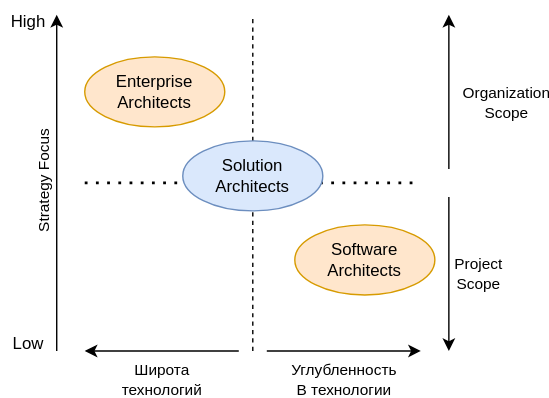
Earlier version of the draw.io export 1. Tech Skills/0. Архитектура/0. Solution Architecture/schemas/arch_lanscape.svg (aleksei-khitev/knowledge_base). Source tidied: cells renumbered, new cells last; positions are measured from the earlier drawing's top-left corner, leaving out a move shared by most shapes. The source it was exported from:
```xml
<mxGraphModel>
  <root>
    <mxCell id="0" />
    <mxCell id="1" parent="0" />
    <mxCell id="2" style="endArrow=none;dashed=1;html=1;rounded=0;" parent="1" edge="1">
      <mxGeometry relative="1" as="geometry">
        <mxPoint x="180" y="250" as="sourcePoint" />
        <mxPoint x="180" y="10" as="targetPoint" />
      </mxGeometry>
    </mxCell>
    <mxCell id="3" style="endArrow=none;dashed=1;html=1;dashPattern=1 3;strokeWidth=2;rounded=0;" parent="1" edge="1">
      <mxGeometry relative="1" as="geometry">
        <mxPoint x="60" y="130" as="sourcePoint" />
        <mxPoint x="300" y="130" as="targetPoint" />
      </mxGeometry>
    </mxCell>
    <mxCell id="4" value="Solution&lt;br&gt;Architects" style="ellipse;whiteSpace=wrap;html=1;fillColor=#dae8fc;strokeColor=#6c8ebf;" parent="1" vertex="1">
      <mxGeometry x="130" y="100" width="100" height="50" as="geometry" />
    </mxCell>
    <mxCell id="5" value="Enterprise&lt;br&gt;Architects" style="ellipse;whiteSpace=wrap;html=1;fillColor=#ffe6cc;strokeColor=#d79b00;" parent="1" vertex="1">
      <mxGeometry x="60" y="40" width="100" height="50" as="geometry" />
    </mxCell>
    <mxCell id="6" value="Software&lt;br&gt;Architects" style="ellipse;whiteSpace=wrap;html=1;fillColor=#ffe6cc;strokeColor=#d79b00;" parent="1" vertex="1">
      <mxGeometry x="210" y="160" width="100" height="50" as="geometry" />
    </mxCell>
    <mxCell id="7" style="endArrow=classic;html=1;rounded=0;" parent="1" edge="1">
      <mxGeometry relative="1" as="geometry">
        <mxPoint x="40" y="250" as="sourcePoint" />
        <mxPoint x="40" y="10" as="targetPoint" />
      </mxGeometry>
    </mxCell>
    <mxCell id="8" value="Strategy Focus" style="edgeLabel;html=1;align=center;verticalAlign=middle;horizontal=0;" parent="7" vertex="1">
      <mxGeometry x="-0.12" y="4" relative="1" as="geometry">
        <mxPoint x="-6" y="-14" as="offset" />
      </mxGeometry>
    </mxCell>
    <mxCell id="9" value="Low" style="text;html=1;strokeColor=none;fillColor=none;align=center;verticalAlign=middle;whiteSpace=wrap;rounded=0;" parent="1" vertex="1">
      <mxGeometry y="230" width="40" height="30" as="geometry" />
    </mxCell>
    <mxCell id="10" value="High" style="text;html=1;strokeColor=none;fillColor=none;align=center;verticalAlign=middle;whiteSpace=wrap;rounded=0;" parent="1" vertex="1">
      <mxGeometry width="40" height="30" as="geometry" />
    </mxCell>
    <mxCell id="11" style="endArrow=classic;html=1;rounded=0;" parent="1" edge="1">
      <mxGeometry relative="1" as="geometry">
        <mxPoint x="190" y="250" as="sourcePoint" />
        <mxPoint x="300" y="250" as="targetPoint" />
      </mxGeometry>
    </mxCell>
    <mxCell id="12" value="Углубленность&lt;br&gt;В технологии" style="edgeLabel;html=1;align=center;verticalAlign=middle;" parent="11" vertex="1">
      <mxGeometry x="0.17" y="1" relative="1" as="geometry">
        <mxPoint x="-10" y="21" as="offset" />
      </mxGeometry>
    </mxCell>
    <mxCell id="13" style="endArrow=classic;html=1;rounded=0;" parent="1" edge="1">
      <mxGeometry relative="1" as="geometry">
        <mxPoint x="170" y="250" as="sourcePoint" />
        <mxPoint x="60" y="250" as="targetPoint" />
      </mxGeometry>
    </mxCell>
    <mxCell id="14" value="Широта&lt;br&gt;технологий" style="edgeLabel;html=1;align=center;verticalAlign=middle;" parent="13" vertex="1">
      <mxGeometry x="0.02" y="-2" relative="1" as="geometry">
        <mxPoint y="22" as="offset" />
      </mxGeometry>
    </mxCell>
    <mxCell id="15" style="endArrow=classic;html=1;rounded=0;" parent="1" edge="1">
      <mxGeometry relative="1" as="geometry">
        <mxPoint x="320" y="140" as="sourcePoint" />
        <mxPoint x="320" y="250" as="targetPoint" />
      </mxGeometry>
    </mxCell>
    <mxCell id="16" value="Project&lt;br&gt;Scope" style="edgeLabel;html=1;align=center;verticalAlign=middle;" parent="15" vertex="1">
      <mxGeometry x="0.24" relative="1" as="geometry">
        <mxPoint x="20" y="-14" as="offset" />
      </mxGeometry>
    </mxCell>
    <mxCell id="17" style="endArrow=classic;html=1;rounded=0;" parent="1" edge="1">
      <mxGeometry relative="1" as="geometry">
        <mxPoint x="320" y="120" as="sourcePoint" />
        <mxPoint x="320" y="10" as="targetPoint" />
      </mxGeometry>
    </mxCell>
    <mxCell id="18" value="Organization&lt;br&gt;Scope" style="edgeLabel;html=1;align=center;verticalAlign=middle;" parent="17" vertex="1">
      <mxGeometry x="-0.13" relative="1" as="geometry">
        <mxPoint x="40" as="offset" />
      </mxGeometry>
    </mxCell>
  </root>
</mxGraphModel>
```
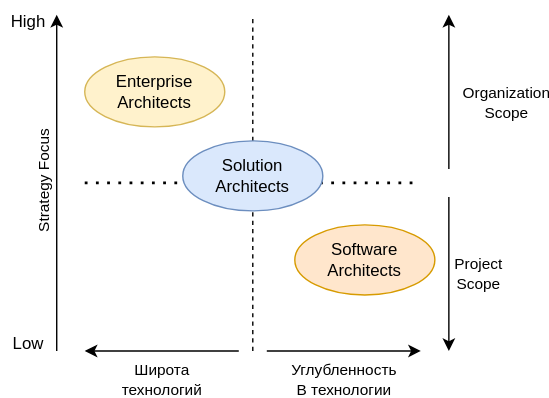
Later version of the same file.

Commit message:
llm, arch

What changed in the source:
```diff
@@ -2,84 +2,84 @@
   <root>
     <mxCell id="0" />
     <mxCell id="1" parent="0" />
-    <mxCell id="2" style="endArrow=none;dashed=1;html=1;rounded=0;" parent="1" edge="1">
+    <mxCell id="2" style="endArrow=none;dashed=1;html=1;rounded=0;labelBackgroundColor=none;fontColor=default;" parent="1" edge="1">
       <mxGeometry relative="1" as="geometry">
         <mxPoint x="180" y="250" as="sourcePoint" />
         <mxPoint x="180" y="10" as="targetPoint" />
       </mxGeometry>
     </mxCell>
-    <mxCell id="3" style="endArrow=none;dashed=1;html=1;dashPattern=1 3;strokeWidth=2;rounded=0;" parent="1" edge="1">
+    <mxCell id="3" style="endArrow=none;dashed=1;html=1;dashPattern=1 3;strokeWidth=2;rounded=0;labelBackgroundColor=none;fontColor=default;" parent="1" edge="1">
       <mxGeometry relative="1" as="geometry">
         <mxPoint x="60" y="130" as="sourcePoint" />
         <mxPoint x="300" y="130" as="targetPoint" />
       </mxGeometry>
     </mxCell>
-    <mxCell id="4" value="Solution&lt;br&gt;Architects" style="ellipse;whiteSpace=wrap;html=1;fillColor=#dae8fc;strokeColor=#6c8ebf;" parent="1" vertex="1">
+    <mxCell id="4" value="Solution&lt;br&gt;Architects" style="ellipse;whiteSpace=wrap;html=1;labelBackgroundColor=none;fillColor=#dae8fc;strokeColor=#6c8ebf;" parent="1" vertex="1">
       <mxGeometry x="130" y="100" width="100" height="50" as="geometry" />
     </mxCell>
-    <mxCell id="5" value="Enterprise&lt;br&gt;Architects" style="ellipse;whiteSpace=wrap;html=1;fillColor=#ffe6cc;strokeColor=#d79b00;" parent="1" vertex="1">
+    <mxCell id="5" value="Enterprise&lt;br&gt;Architects" style="ellipse;whiteSpace=wrap;html=1;labelBackgroundColor=none;fillColor=#fff2cc;strokeColor=#d6b656;" parent="1" vertex="1">
       <mxGeometry x="60" y="40" width="100" height="50" as="geometry" />
     </mxCell>
-    <mxCell id="6" value="Software&lt;br&gt;Architects" style="ellipse;whiteSpace=wrap;html=1;fillColor=#ffe6cc;strokeColor=#d79b00;" parent="1" vertex="1">
+    <mxCell id="6" value="Software&lt;br&gt;Architects" style="ellipse;whiteSpace=wrap;html=1;labelBackgroundColor=none;fillColor=#ffe6cc;strokeColor=#d79b00;" parent="1" vertex="1">
       <mxGeometry x="210" y="160" width="100" height="50" as="geometry" />
     </mxCell>
-    <mxCell id="7" style="endArrow=classic;html=1;rounded=0;" parent="1" edge="1">
+    <mxCell id="7" style="endArrow=classic;html=1;rounded=0;labelBackgroundColor=none;fontColor=default;" parent="1" edge="1">
       <mxGeometry relative="1" as="geometry">
         <mxPoint x="40" y="250" as="sourcePoint" />
         <mxPoint x="40" y="10" as="targetPoint" />
       </mxGeometry>
     </mxCell>
-    <mxCell id="8" value="Strategy Focus" style="edgeLabel;html=1;align=center;verticalAlign=middle;horizontal=0;" parent="7" vertex="1">
+    <mxCell id="8" value="Strategy Focus" style="edgeLabel;html=1;align=center;verticalAlign=middle;horizontal=0;labelBackgroundColor=none;" parent="7" vertex="1">
       <mxGeometry x="-0.12" y="4" relative="1" as="geometry">
         <mxPoint x="-6" y="-14" as="offset" />
       </mxGeometry>
     </mxCell>
-    <mxCell id="9" value="Low" style="text;html=1;strokeColor=none;fillColor=none;align=center;verticalAlign=middle;whiteSpace=wrap;rounded=0;" parent="1" vertex="1">
+    <mxCell id="9" value="Low" style="text;html=1;strokeColor=none;fillColor=none;align=center;verticalAlign=middle;whiteSpace=wrap;rounded=0;labelBackgroundColor=none;" parent="1" vertex="1">
       <mxGeometry y="230" width="40" height="30" as="geometry" />
     </mxCell>
-    <mxCell id="10" value="High" style="text;html=1;strokeColor=none;fillColor=none;align=center;verticalAlign=middle;whiteSpace=wrap;rounded=0;" parent="1" vertex="1">
+    <mxCell id="10" value="High" style="text;html=1;strokeColor=none;fillColor=none;align=center;verticalAlign=middle;whiteSpace=wrap;rounded=0;labelBackgroundColor=none;" parent="1" vertex="1">
       <mxGeometry width="40" height="30" as="geometry" />
     </mxCell>
-    <mxCell id="11" style="endArrow=classic;html=1;rounded=0;" parent="1" edge="1">
+    <mxCell id="11" style="endArrow=classic;html=1;rounded=0;labelBackgroundColor=none;fontColor=default;" parent="1" edge="1">
       <mxGeometry relative="1" as="geometry">
         <mxPoint x="190" y="250" as="sourcePoint" />
         <mxPoint x="300" y="250" as="targetPoint" />
       </mxGeometry>
     </mxCell>
-    <mxCell id="12" value="Углубленность&lt;br&gt;В технологии" style="edgeLabel;html=1;align=center;verticalAlign=middle;" parent="11" vertex="1">
+    <mxCell id="12" value="Углубленность&lt;br&gt;В технологии" style="edgeLabel;html=1;align=center;verticalAlign=middle;labelBackgroundColor=none;" parent="11" vertex="1">
       <mxGeometry x="0.17" y="1" relative="1" as="geometry">
         <mxPoint x="-10" y="21" as="offset" />
       </mxGeometry>
     </mxCell>
-    <mxCell id="13" style="endArrow=classic;html=1;rounded=0;" parent="1" edge="1">
+    <mxCell id="13" style="endArrow=classic;html=1;rounded=0;labelBackgroundColor=none;fontColor=default;" parent="1" edge="1">
       <mxGeometry relative="1" as="geometry">
         <mxPoint x="170" y="250" as="sourcePoint" />
         <mxPoint x="60" y="250" as="targetPoint" />
       </mxGeometry>
     </mxCell>
-    <mxCell id="14" value="Широта&lt;br&gt;технологий" style="edgeLabel;html=1;align=center;verticalAlign=middle;" parent="13" vertex="1">
+    <mxCell id="14" value="Широта&lt;br&gt;технологий" style="edgeLabel;html=1;align=center;verticalAlign=middle;labelBackgroundColor=none;" parent="13" vertex="1">
       <mxGeometry x="0.02" y="-2" relative="1" as="geometry">
         <mxPoint y="22" as="offset" />
       </mxGeometry>
     </mxCell>
-    <mxCell id="15" style="endArrow=classic;html=1;rounded=0;" parent="1" edge="1">
+    <mxCell id="15" style="endArrow=classic;html=1;rounded=0;labelBackgroundColor=none;fontColor=default;" parent="1" edge="1">
       <mxGeometry relative="1" as="geometry">
         <mxPoint x="320" y="140" as="sourcePoint" />
         <mxPoint x="320" y="250" as="targetPoint" />
       </mxGeometry>
     </mxCell>
-    <mxCell id="16" value="Project&lt;br&gt;Scope" style="edgeLabel;html=1;align=center;verticalAlign=middle;" parent="15" vertex="1">
+    <mxCell id="16" value="Project&lt;br&gt;Scope" style="edgeLabel;html=1;align=center;verticalAlign=middle;labelBackgroundColor=none;" parent="15" vertex="1">
       <mxGeometry x="0.24" relative="1" as="geometry">
         <mxPoint x="20" y="-14" as="offset" />
       </mxGeometry>
     </mxCell>
-    <mxCell id="17" style="endArrow=classic;html=1;rounded=0;" parent="1" edge="1">
+    <mxCell id="17" style="endArrow=classic;html=1;rounded=0;labelBackgroundColor=none;fontColor=default;" parent="1" edge="1">
       <mxGeometry relative="1" as="geometry">
         <mxPoint x="320" y="120" as="sourcePoint" />
         <mxPoint x="320" y="10" as="targetPoint" />
       </mxGeometry>
     </mxCell>
-    <mxCell id="18" value="Organization&lt;br&gt;Scope" style="edgeLabel;html=1;align=center;verticalAlign=middle;" parent="17" vertex="1">
+    <mxCell id="18" value="Organization&lt;br&gt;Scope" style="edgeLabel;html=1;align=center;verticalAlign=middle;labelBackgroundColor=none;" parent="17" vertex="1">
       <mxGeometry x="-0.13" relative="1" as="geometry">
         <mxPoint x="40" as="offset" />
       </mxGeometry>
```
